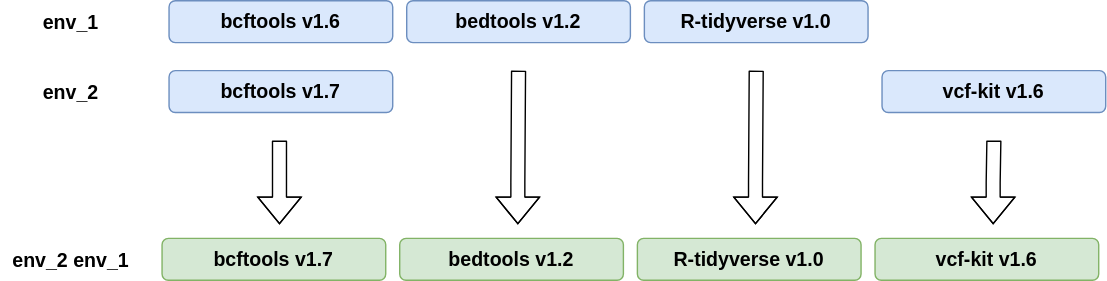
Above: docs/img/pyenv_inherit.svg in AndersenLab/dry-guide (draw.io), before the change. Source tidied: cells renumbered, new cells last; positions are measured from the earlier drawing's top-left corner, leaving out a move shared by most shapes. Source of this version:
```xml
<mxGraphModel background="#ffffff">
  <root>
    <mxCell id="0" />
    <mxCell id="1" parent="0" />
    <mxCell id="2" value="R-tidyverse v1.0" style="fontStyle=1;verticalAlign=middle;fontSize=14;lineHeight=17;comic=0;glass=0;rounded=1;fillColor=#dae8fc;strokeColor=#6c8ebf;labelPosition=center;verticalLabelPosition=middle;align=center;spacingTop=0;labelBackgroundColor=none;" parent="1" vertex="1">
      <mxGeometry x="460" width="160" height="30" as="geometry" />
    </mxCell>
    <mxCell id="3" value="bedtools v1.2" style="fontStyle=1;verticalAlign=middle;fontSize=14;lineHeight=17;comic=0;glass=0;rounded=1;fillColor=#dae8fc;strokeColor=#6c8ebf;labelPosition=center;verticalLabelPosition=middle;align=center;spacingTop=0;labelBackgroundColor=none;" parent="1" vertex="1">
      <mxGeometry x="290" width="160" height="30" as="geometry" />
    </mxCell>
    <mxCell id="4" value="bcftools v1.6" style="fontStyle=1;verticalAlign=middle;fontSize=14;lineHeight=17;comic=0;glass=0;rounded=1;fillColor=#dae8fc;strokeColor=#6c8ebf;labelPosition=center;verticalLabelPosition=middle;align=center;spacingTop=0;labelBackgroundColor=none;" parent="1" vertex="1">
      <mxGeometry x="120" width="160" height="30" as="geometry" />
    </mxCell>
    <mxCell id="5" value="bcftools v1.7" style="fontStyle=1;verticalAlign=middle;fontSize=14;lineHeight=17;comic=0;glass=0;rounded=1;fillColor=#dae8fc;strokeColor=#6c8ebf;labelPosition=center;verticalLabelPosition=middle;align=center;spacingTop=0;labelBackgroundColor=none;" parent="1" vertex="1">
      <mxGeometry x="120" y="50" width="160" height="30" as="geometry" />
    </mxCell>
    <mxCell id="6" value="vcf-kit v1.6" style="fontStyle=1;verticalAlign=middle;fontSize=14;lineHeight=17;comic=0;glass=0;rounded=1;fillColor=#dae8fc;strokeColor=#6c8ebf;labelPosition=center;verticalLabelPosition=middle;align=center;spacingTop=0;labelBackgroundColor=none;" parent="1" vertex="1">
      <mxGeometry x="630" y="50" width="160" height="30" as="geometry" />
    </mxCell>
    <mxCell id="7" style="shape=flexArrow;endArrow=classic;html=1;fillColor=#ffffff;fontSize=14;" parent="1" edge="1">
      <mxGeometry relative="1" as="geometry">
        <mxPoint x="199" y="100" as="sourcePoint" />
        <mxPoint x="199" y="160" as="targetPoint" />
        <Array as="points">
          <mxPoint x="199" y="130" />
        </Array>
      </mxGeometry>
    </mxCell>
    <mxCell id="8" style="shape=flexArrow;endArrow=classic;html=1;fillColor=#ffffff;fontSize=14;" parent="1" edge="1">
      <mxGeometry relative="1" as="geometry">
        <mxPoint x="370" y="50" as="sourcePoint" />
        <mxPoint x="369.5" y="160" as="targetPoint" />
        <Array as="points">
          <mxPoint x="369.5" y="130" />
        </Array>
      </mxGeometry>
    </mxCell>
    <mxCell id="9" style="shape=flexArrow;endArrow=classic;html=1;fillColor=#ffffff;fontSize=14;" parent="1" edge="1">
      <mxGeometry relative="1" as="geometry">
        <mxPoint x="540" y="50" as="sourcePoint" />
        <mxPoint x="539.5" y="160" as="targetPoint" />
        <Array as="points">
          <mxPoint x="539.5" y="130" />
        </Array>
      </mxGeometry>
    </mxCell>
    <mxCell id="10" style="shape=flexArrow;endArrow=classic;html=1;fillColor=#ffffff;fontSize=14;" parent="1" edge="1">
      <mxGeometry relative="1" as="geometry">
        <mxPoint x="710" y="100" as="sourcePoint" />
        <mxPoint x="709.5" y="160" as="targetPoint" />
        <Array as="points">
          <mxPoint x="709.5" y="130" />
        </Array>
      </mxGeometry>
    </mxCell>
    <mxCell id="11" value="R-tidyverse v1.0" style="fontStyle=1;verticalAlign=middle;fontSize=14;lineHeight=17;comic=0;glass=0;rounded=1;fillColor=#d5e8d4;strokeColor=#82b366;labelPosition=center;verticalLabelPosition=middle;align=center;spacingTop=0;labelBackgroundColor=none;" parent="1" vertex="1">
      <mxGeometry x="455" y="170" width="160" height="30" as="geometry" />
    </mxCell>
    <mxCell id="12" value="bedtools v1.2" style="fontStyle=1;verticalAlign=middle;fontSize=14;lineHeight=17;comic=0;glass=0;rounded=1;fillColor=#d5e8d4;strokeColor=#82b366;labelPosition=center;verticalLabelPosition=middle;align=center;spacingTop=0;labelBackgroundColor=none;" parent="1" vertex="1">
      <mxGeometry x="285" y="170" width="160" height="30" as="geometry" />
    </mxCell>
    <mxCell id="13" value="bcftools v1.7" style="fontStyle=1;verticalAlign=middle;fontSize=14;lineHeight=17;comic=0;glass=0;rounded=1;fillColor=#d5e8d4;strokeColor=#82b366;labelPosition=center;verticalLabelPosition=middle;align=center;spacingTop=0;labelBackgroundColor=none;" parent="1" vertex="1">
      <mxGeometry x="115" y="170" width="160" height="30" as="geometry" />
    </mxCell>
    <mxCell id="14" value="vcf-kit v1.6" style="fontStyle=1;verticalAlign=middle;fontSize=14;lineHeight=17;comic=0;glass=0;rounded=1;fillColor=#d5e8d4;strokeColor=#82b366;labelPosition=center;verticalLabelPosition=middle;align=center;spacingTop=0;labelBackgroundColor=none;" parent="1" vertex="1">
      <mxGeometry x="625" y="170" width="160" height="30" as="geometry" />
    </mxCell>
    <mxCell id="15" value="env_1" style="text;html=1;strokeColor=none;fillColor=none;align=center;verticalAlign=middle;whiteSpace=wrap;rounded=0;glass=0;comic=0;labelBackgroundColor=none;fontSize=14;fontStyle=1;" parent="1" vertex="1">
      <mxGeometry y="5" width="100" height="20" as="geometry" />
    </mxCell>
    <mxCell id="16" value="env_2" style="text;html=1;strokeColor=none;fillColor=none;align=center;verticalAlign=middle;whiteSpace=wrap;rounded=0;glass=0;comic=0;labelBackgroundColor=none;fontSize=14;fontStyle=1;" parent="1" vertex="1">
      <mxGeometry y="55" width="100" height="20" as="geometry" />
    </mxCell>
    <mxCell id="17" value="env_2 env_1" style="text;html=1;strokeColor=none;fillColor=none;align=center;verticalAlign=middle;whiteSpace=wrap;rounded=0;glass=0;comic=0;labelBackgroundColor=none;fontSize=14;fontStyle=1;" parent="1" vertex="1">
      <mxGeometry y="175" width="100" height="20" as="geometry" />
    </mxCell>
  </root>
</mxGraphModel>
```
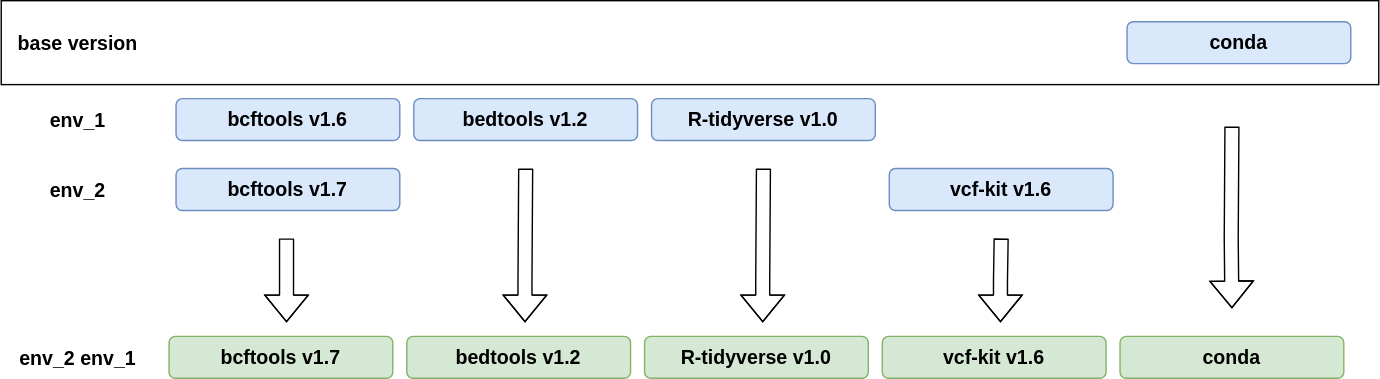
The same diagram one commit later.

What changed in the source:
```diff
@@ -2,6 +2,9 @@
   <root>
     <mxCell id="0" />
     <mxCell id="1" parent="0" />
+    <mxCell id="18" style="rounded=0;whiteSpace=wrap;html=1;glass=0;comic=0;labelBackgroundColor=none;fillColor=none;fontSize=14;align=left;" parent="1" vertex="1">
+      <mxGeometry x="-5" y="-70" width="985" height="60" as="geometry" />
+    </mxCell>
     <mxCell id="2" value="R-tidyverse v1.0" style="fontStyle=1;verticalAlign=middle;fontSize=14;lineHeight=17;comic=0;glass=0;rounded=1;fillColor=#dae8fc;strokeColor=#6c8ebf;labelPosition=center;verticalLabelPosition=middle;align=center;spacingTop=0;labelBackgroundColor=none;" parent="1" vertex="1">
       <mxGeometry x="460" width="160" height="30" as="geometry" />
     </mxCell>
@@ -74,5 +77,23 @@
     <mxCell id="17" value="env_2 env_1" style="text;html=1;strokeColor=none;fillColor=none;align=center;verticalAlign=middle;whiteSpace=wrap;rounded=0;glass=0;comic=0;labelBackgroundColor=none;fontSize=14;fontStyle=1;" parent="1" vertex="1">
       <mxGeometry y="175" width="100" height="20" as="geometry" />
     </mxCell>
+    <mxCell id="19" value="base version" style="text;html=1;strokeColor=none;fillColor=none;align=center;verticalAlign=middle;whiteSpace=wrap;rounded=0;glass=0;comic=0;labelBackgroundColor=none;fontSize=14;fontStyle=1;" parent="1" vertex="1">
+      <mxGeometry y="-50" width="100" height="20" as="geometry" />
+    </mxCell>
+    <mxCell id="20" value="conda" style="fontStyle=1;verticalAlign=middle;fontSize=14;lineHeight=17;comic=0;glass=0;rounded=1;fillColor=#dae8fc;strokeColor=#6c8ebf;labelPosition=center;verticalLabelPosition=middle;align=center;spacingTop=0;labelBackgroundColor=none;" parent="1" vertex="1">
+      <mxGeometry x="800" y="-55" width="160" height="30" as="geometry" />
+    </mxCell>
+    <mxCell id="21" style="shape=flexArrow;endArrow=classic;html=1;fillColor=#ffffff;fontSize=14;" parent="1" edge="1">
+      <mxGeometry relative="1" as="geometry">
+        <mxPoint x="875" y="20" as="sourcePoint" />
+        <mxPoint x="875" y="150" as="targetPoint" />
+        <Array as="points">
+          <mxPoint x="874.5" y="100" />
+        </Array>
+      </mxGeometry>
+    </mxCell>
+    <mxCell id="22" value="conda" style="fontStyle=1;verticalAlign=middle;fontSize=14;lineHeight=17;comic=0;glass=0;rounded=1;fillColor=#d5e8d4;strokeColor=#82b366;labelPosition=center;verticalLabelPosition=middle;align=center;spacingTop=0;labelBackgroundColor=none;" parent="1" vertex="1">
+      <mxGeometry x="795" y="170" width="160" height="30" as="geometry" />
+    </mxCell>
   </root>
 </mxGraphModel>
```
